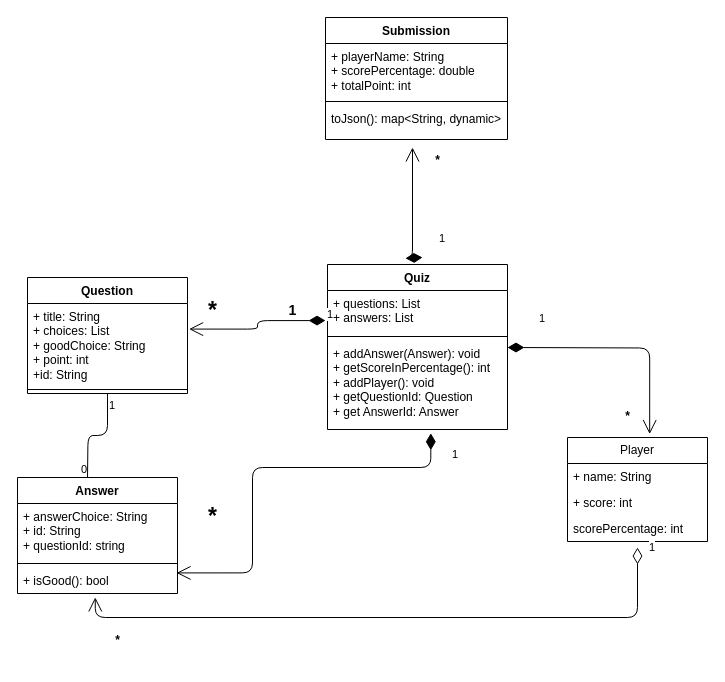
Before: page "Page-1" (1 of 2) of quiz.drawio in Sophavisnuka/Week3-OOP-Quiz-App, a draw.io diagram. Source tidied: cells renumbered, new cells numbered last; positions are measured from the earlier drawing's top-left corner, leaving out a move shared by most shapes. Both pictures are drawn from the tidied source at 100%, with x=0, y=0 at pixel (17, 17).
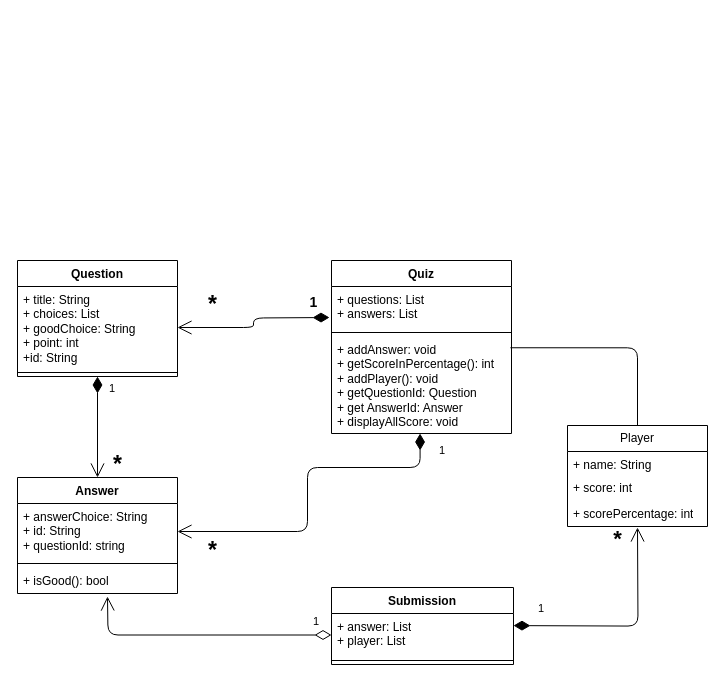
The same page after the edit.

Commit message (it also covers changes not shown here):
Modify diagram and submission class to store players list

Unchanged cells that the change refers to:
```xml
<mxCell id="3" value="+ title: String&lt;div&gt;+ choices: List&lt;/div&gt;&lt;div&gt;+ goodChoice: String&lt;/div&gt;&lt;div&gt;+ point: int&lt;/div&gt;&lt;div&gt;+id: String&lt;/div&gt;" style="text;strokeColor=none;fillColor=none;align=left;verticalAlign=top;spacingLeft=4;spacingRight=4;overflow=hidden;points=[[0,0.5],[1,0.5]];portConstraint=eastwest;whiteSpace=wrap;html=1;" parent="2" vertex="1">
  <mxGeometry y="26" width="160" height="82" as="geometry" />
</mxCell>
<mxCell id="8" value="Answer" style="swimlane;fontStyle=1;align=center;verticalAlign=top;horizontal=1;startSize=26;whiteSpace=wrap;html=1;" parent="1" vertex="1">
  <mxGeometry y="460" width="160" height="116" as="geometry" />
</mxCell>
<mxCell id="9" value="+ answerChoice: String&lt;div&gt;+ id: String&lt;/div&gt;&lt;div&gt;+ questionId: string&lt;/div&gt;" style="text;strokeColor=none;fillColor=none;align=left;verticalAlign=top;spacingLeft=4;spacingRight=4;overflow=hidden;points=[[0,0.5],[1,0.5]];portConstraint=eastwest;whiteSpace=wrap;html=1;" parent="8" vertex="1">
  <mxGeometry y="26" width="160" height="56" as="geometry" />
</mxCell>
<mxCell id="11" value="+ isGood(): bool" style="text;strokeColor=none;fillColor=none;align=left;verticalAlign=top;spacingLeft=4;spacingRight=4;overflow=hidden;points=[[0,0.5],[1,0.5]];portConstraint=eastwest;whiteSpace=wrap;html=1;" parent="8" vertex="1">
  <mxGeometry y="90" width="160" height="26" as="geometry" />
</mxCell>
<mxCell id="13" value="+ questions: List&lt;div&gt;+ answers: List&lt;/div&gt;" style="text;strokeColor=none;fillColor=none;align=left;verticalAlign=top;spacingLeft=4;spacingRight=4;overflow=hidden;points=[[0,0.5],[1,0.5]];portConstraint=eastwest;whiteSpace=wrap;html=1;" parent="12" vertex="1">
  <mxGeometry y="26" width="180" height="42" as="geometry" />
</mxCell>
```

Diff of the diagram source:
```diff
@@
     <mxCell id="2" value="Question" style="swimlane;fontStyle=1;align=center;verticalAlign=top;horizontal=1;startSize=26;whiteSpace=wrap;html=1;labelBackgroundColor=default;" parent="1" vertex="1">
-      <mxGeometry x="10" y="260" width="160" height="116" as="geometry" />
+      <mxGeometry y="243" width="160" height="116" as="geometry" />
     </mxCell>
@@
-    <mxCell id="4" style="endArrow=none;html=1;edgeStyle=orthogonalEdgeStyle;entryX=0.5;entryY=0;entryDx=0;entryDy=0;exitX=0.5;exitY=1;exitDx=0;exitDy=0;" parent="2" edge="1" source="2">
-      <mxGeometry relative="1" as="geometry">
-        <mxPoint x="60" y="200" as="targetPoint" />
-      </mxGeometry>
-    </mxCell>
-    <mxCell id="5" value="1" style="edgeLabel;html=1;align=left;verticalAlign=bottom;" parent="4" vertex="1">
-      <mxGeometry x="-1" relative="1" as="geometry">
-        <mxPoint y="20" as="offset" />
-      </mxGeometry>
-    </mxCell>
-    <mxCell id="6" value="0" style="edgeLabel;html=1;align=right;verticalAlign=bottom;" parent="4" vertex="1">
-      <mxGeometry x="1" relative="1" as="geometry" />
-    </mxCell>
@@
     <mxCell id="12" value="Quiz" style="swimlane;fontStyle=1;align=center;verticalAlign=top;horizontal=1;startSize=26;whiteSpace=wrap;html=1;" parent="1" vertex="1">
-      <mxGeometry x="310" y="247" width="180" height="165" as="geometry" />
+      <mxGeometry x="314" y="243" width="180" height="173" as="geometry" />
     </mxCell>
@@
-    <mxCell id="15" value="+ addAnswer(Answer): void&lt;div&gt;+ getScoreInPercentage(): int&lt;/div&gt;&lt;div&gt;+ addPlayer(): void&lt;/div&gt;&lt;div&gt;+ getQuestionId: Question&lt;/div&gt;&lt;div&gt;+ get AnswerId: Answer&lt;/div&gt;" style="text;strokeColor=none;fillColor=none;align=left;verticalAlign=top;spacingLeft=4;spacingRight=4;overflow=hidden;points=[[0,0.5],[1,0.5]];portConstraint=eastwest;whiteSpace=wrap;html=1;" parent="12" vertex="1">
-      <mxGeometry y="76" width="180" height="89" as="geometry" />
+    <mxCell id="15" value="+ addAnswer: void&lt;div&gt;+ getScoreInPercentage(): int&lt;/div&gt;&lt;div&gt;+ addPlayer(): void&lt;/div&gt;&lt;div&gt;+ getQuestionId: Question&lt;/div&gt;&lt;div&gt;+ get AnswerId: Answer&lt;/div&gt;&lt;div&gt;+ displayAllScore: void&lt;/div&gt;" style="text;strokeColor=none;fillColor=none;align=left;verticalAlign=top;spacingLeft=4;spacingRight=4;overflow=hidden;points=[[0,0.5],[1,0.5]];portConstraint=eastwest;whiteSpace=wrap;html=1;" parent="12" vertex="1">
+      <mxGeometry y="76" width="180" height="97" as="geometry" />
     </mxCell>
-    <mxCell id="16" value="1" style="endArrow=open;html=1;endSize=12;startArrow=diamondThin;startSize=14;startFill=1;edgeStyle=orthogonalEdgeStyle;align=left;verticalAlign=bottom;exitX=-0.011;exitY=0.716;exitDx=0;exitDy=0;exitPerimeter=0;entryX=1.01;entryY=0.312;entryDx=0;entryDy=0;entryPerimeter=0;" parent="1" edge="1" source="13" target="3">
-      <mxGeometry x="-1" y="3" relative="1" as="geometry" />
+    <mxCell id="16" style="endArrow=open;html=1;endSize=12;startArrow=diamondThin;startSize=14;startFill=1;edgeStyle=orthogonalEdgeStyle;align=left;verticalAlign=bottom;entryX=1;entryY=0.5;entryDx=0;entryDy=0;" parent="1" edge="1" target="3">
+      <mxGeometry x="-1" y="3" relative="1" as="geometry">
+        <mxPoint x="312" y="300" as="sourcePoint" />
+      </mxGeometry>
     </mxCell>
-    <mxCell id="17" value="1" style="endArrow=open;html=1;endSize=12;startArrow=diamondThin;startSize=14;startFill=1;edgeStyle=orthogonalEdgeStyle;align=left;verticalAlign=bottom;entryX=0.994;entryY=0.209;entryDx=0;entryDy=0;entryPerimeter=0;exitX=0.574;exitY=1.042;exitDx=0;exitDy=0;exitPerimeter=0;" parent="1" edge="1" source="15" target="11">
-      <mxGeometry x="-0.85" y="20" relative="1" as="geometry">
+    <mxCell id="17" value="1" style="endArrow=open;html=1;endSize=12;startArrow=diamondThin;startSize=14;startFill=1;edgeStyle=orthogonalEdgeStyle;align=left;verticalAlign=bottom;entryX=1;entryY=0.5;entryDx=0;entryDy=0;exitX=0.492;exitY=1;exitDx=0;exitDy=0;exitPerimeter=0;" parent="1" edge="1" source="15" target="9">
+      <mxGeometry x="-0.85" y="17" relative="1" as="geometry">
         <Array as="points">
-          <mxPoint x="413" y="450" />
-          <mxPoint x="235" y="450" />
-          <mxPoint x="235" y="555" />
+          <mxPoint x="403" y="450" />
+          <mxPoint x="290" y="450" />
+          <mxPoint x="290" y="514" />
         </Array>
       </mxGeometry>
     </mxCell>
     <mxCell id="18" value="*" style="text;align=center;fontStyle=1;verticalAlign=middle;spacingLeft=3;spacingRight=3;strokeColor=none;html=1;fontSize=23;" parent="1" vertex="1">
-      <mxGeometry x="180" y="486" width="30" height="26" as="geometry" />
+      <mxGeometry x="180" y="520" width="30" height="26" as="geometry" />
     </mxCell>
     <mxCell id="19" value="*" style="text;align=center;fontStyle=1;verticalAlign=middle;spacingLeft=3;spacingRight=3;strokeColor=none;html=1;fontSize=23;" parent="1" vertex="1">
-      <mxGeometry x="180" y="280" width="30" height="26" as="geometry" />
+      <mxGeometry x="180" y="274" width="30" height="26" as="geometry" />
     </mxCell>
     <mxCell id="20" value="1" style="text;align=center;fontStyle=1;verticalAlign=middle;spacingLeft=3;spacingRight=3;strokeColor=none;html=1;fontSize=14;" parent="1" vertex="1">
-      <mxGeometry x="260" y="280" width="30" height="26" as="geometry" />
+      <mxGeometry x="280" y="270" width="32" height="30" as="geometry" />
     </mxCell>
     <mxCell id="21" value="Player" style="swimlane;fontStyle=0;horizontal=1;startSize=26;fillColor=none;whiteSpace=wrap;html=1;" parent="1" vertex="1">
-      <mxGeometry x="550" y="420" width="140" height="104" as="geometry" />
+      <mxGeometry x="550" y="408" width="140" height="101" as="geometry" />
     </mxCell>
     <mxCell id="22" value="+ name: String" style="text;strokeColor=none;fillColor=none;align=left;verticalAlign=top;spacingLeft=4;spacingRight=4;overflow=hidden;whiteSpace=wrap;html=1;" parent="21" vertex="1">
-      <mxGeometry y="26" width="140" height="26" as="geometry" />
+      <mxGeometry y="26" width="140" height="23" as="geometry" />
     </mxCell>
     <mxCell id="23" value="+ score: int" style="text;strokeColor=none;fillColor=none;align=left;verticalAlign=top;spacingLeft=4;spacingRight=4;overflow=hidden;whiteSpace=wrap;html=1;" parent="21" vertex="1">
-      <mxGeometry y="52" width="140" height="26" as="geometry" />
+      <mxGeometry y="49" width="140" height="26" as="geometry" />
     </mxCell>
-    <mxCell id="24" value="scorePercentage: int" style="text;strokeColor=none;fillColor=none;align=left;verticalAlign=top;spacingLeft=4;spacingRight=4;overflow=hidden;points=[[0,0.5],[1,0.5]];portConstraint=eastwest;whiteSpace=wrap;html=1;" parent="21" vertex="1">
-      <mxGeometry y="78" width="140" height="26" as="geometry" />
+    <mxCell id="24" value="+ scorePercentage: int" style="text;strokeColor=none;fillColor=none;align=left;verticalAlign=top;spacingLeft=4;spacingRight=4;overflow=hidden;points=[[0,0.5],[1,0.5]];portConstraint=eastwest;whiteSpace=wrap;html=1;" parent="21" vertex="1">
+      <mxGeometry y="75" width="140" height="26" as="geometry" />
     </mxCell>
-    <mxCell id="25" value="1" style="endArrow=open;html=1;endSize=12;startArrow=diamondThin;startSize=14;startFill=0;edgeStyle=orthogonalEdgeStyle;align=left;verticalAlign=bottom;exitX=0.5;exitY=1.231;exitDx=0;exitDy=0;exitPerimeter=0;entryX=0.486;entryY=1.15;entryDx=0;entryDy=0;entryPerimeter=0;" parent="1" edge="1" source="24" target="11">
-      <mxGeometry x="-0.97" y="10" relative="1" as="geometry">
-        <Array as="points">
-          <mxPoint x="620" y="600" />
-          <mxPoint x="78" y="600" />
-        </Array>
-      </mxGeometry>
-    </mxCell>
-    <mxCell id="26" value="1" style="endArrow=open;html=1;endSize=12;startArrow=diamondThin;startSize=14;startFill=1;edgeStyle=orthogonalEdgeStyle;align=left;verticalAlign=bottom;entryX=0.587;entryY=-0.033;entryDx=0;entryDy=0;entryPerimeter=0;" parent="1" edge="1" target="21">
-      <mxGeometry x="-0.74" y="20" relative="1" as="geometry">
-        <mxPoint x="490" y="330" as="sourcePoint" />
-      </mxGeometry>
-    </mxCell>
-    <mxCell id="27" value="*" style="text;align=center;fontStyle=1;verticalAlign=middle;spacingLeft=3;spacingRight=3;strokeColor=none;html=1;" parent="1" vertex="1">
-      <mxGeometry x="570" y="386" width="80" height="26" as="geometry" />
-    </mxCell>
-    <mxCell id="28" value="*" style="text;align=center;fontStyle=1;verticalAlign=middle;spacingLeft=3;spacingRight=3;strokeColor=none;html=1;" parent="1" vertex="1">
-      <mxGeometry x="60" y="610" width="80" height="26" as="geometry" />
-    </mxCell>
     <mxCell id="29" value="Submission" style="swimlane;fontStyle=1;align=center;verticalAlign=top;horizontal=1;startSize=26;whiteSpace=wrap;html=1;" parent="1" vertex="1">
-      <mxGeometry x="308" width="182" height="122" as="geometry" />
+      <mxGeometry x="314" y="570" width="182" height="77" as="geometry" />
     </mxCell>
-    <mxCell id="30" value="+ playerName: String&lt;div&gt;+ scorePercentage: double&lt;/div&gt;&lt;div&gt;+ totalPoint: int&lt;/div&gt;" style="text;strokeColor=none;fillColor=none;align=left;verticalAlign=top;spacingLeft=4;spacingRight=4;overflow=hidden;points=[[0,0.5],[1,0.5]];portConstraint=eastwest;whiteSpace=wrap;html=1;" parent="29" vertex="1">
-      <mxGeometry y="26" width="182" height="54" as="geometry" />
+    <mxCell id="30" value="+ answer: List&lt;div&gt;+ player: List&lt;/div&gt;" style="text;strokeColor=none;fillColor=none;align=left;verticalAlign=top;spacingLeft=4;spacingRight=4;overflow=hidden;points=[[0,0.5],[1,0.5]];portConstraint=eastwest;whiteSpace=wrap;html=1;" parent="29" vertex="1">
+      <mxGeometry y="26" width="182" height="43" as="geometry" />
     </mxCell>
     <mxCell id="31" style="line;strokeWidth=1;fillColor=none;align=left;verticalAlign=middle;spacingTop=-1;spacingLeft=3;spacingRight=3;labelPosition=right;strokeColor=inherit;" parent="29" vertex="1">
-      <mxGeometry y="80" width="182" height="8" as="geometry" />
+      <mxGeometry y="69" width="182" height="8" as="geometry" />
     </mxCell>
-    <mxCell id="32" value="toJson(): map&amp;lt;String, dynamic&amp;gt;" style="text;strokeColor=none;fillColor=none;align=left;verticalAlign=top;spacingLeft=4;spacingRight=4;overflow=hidden;whiteSpace=wrap;html=1;" parent="29" vertex="1">
-      <mxGeometry y="88" width="182" height="34" as="geometry" />
-    </mxCell>
+    <mxCell id="35" value="1" style="endArrow=open;html=1;endSize=12;startArrow=diamondThin;startSize=14;startFill=0;edgeStyle=orthogonalEdgeStyle;align=left;verticalAlign=bottom;exitX=0;exitY=0.5;exitDx=0;exitDy=0;" parent="1" edge="1" source="30">
+      <mxGeometry x="-0.85" y="-5" relative="1" as="geometry">
+        <mxPoint x="90" y="579" as="targetPoint" />
+      </mxGeometry>
+    </mxCell>
+    <mxCell id="36" style="endArrow=none;html=1;edgeStyle=orthogonalEdgeStyle;entryX=0.5;entryY=0;entryDx=0;entryDy=0;exitX=0.994;exitY=0.116;exitDx=0;exitDy=0;exitPerimeter=0;" parent="1" edge="1" source="15" target="21">
+      <mxGeometry relative="1" as="geometry" />
+    </mxCell>
+    <mxCell id="37" value="1" style="endArrow=open;html=1;endSize=12;startArrow=diamondThin;startSize=14;startFill=1;edgeStyle=orthogonalEdgeStyle;align=left;verticalAlign=bottom;entryX=0.5;entryY=0;entryDx=0;entryDy=0;exitX=0.5;exitY=1;exitDx=0;exitDy=0;" parent="1" edge="1" source="2" target="8">
+      <mxGeometry x="-0.58" y="10" relative="1" as="geometry" />
+    </mxCell>
+    <mxCell id="38" value="*" style="text;align=center;fontStyle=1;verticalAlign=middle;spacingLeft=3;spacingRight=3;strokeColor=none;html=1;fontSize=23;" parent="1" vertex="1">
+      <mxGeometry x="60" y="434" width="80" height="26" as="geometry" />
+    </mxCell>
     <mxCell id="33" value="1" style="endArrow=open;html=1;endSize=12;startArrow=diamondThin;startSize=14;startFill=1;edgeStyle=orthogonalEdgeStyle;align=left;verticalAlign=bottom;" parent="1" edge="1">
-      <mxGeometry x="-1" y="-18" relative="1" as="geometry">
-        <mxPoint x="405" y="240" as="sourcePoint" />
-        <mxPoint x="395" y="130" as="targetPoint" />
-        <mxPoint x="16" y="8" as="offset" />
+      <mxGeometry x="-0.79" y="8" relative="1" as="geometry">
+        <mxPoint x="496" y="608.1" as="sourcePoint" />
+        <mxPoint x="620" y="510" as="targetPoint" />
       </mxGeometry>
     </mxCell>
-    <mxCell id="34" value="*" style="text;align=center;fontStyle=1;verticalAlign=middle;spacingLeft=3;spacingRight=3;strokeColor=none;html=1;" parent="1" vertex="1">
-      <mxGeometry x="380" y="130" width="80" height="26" as="geometry" />
-    </mxCell>
+    <mxCell id="39" value="*" style="text;align=center;fontStyle=1;verticalAlign=middle;spacingLeft=3;spacingRight=3;strokeColor=none;html=1;fontSize=22;" parent="1" vertex="1">
+      <mxGeometry x="590" y="509" width="20" height="26" as="geometry" />
+    </mxCell>
```
